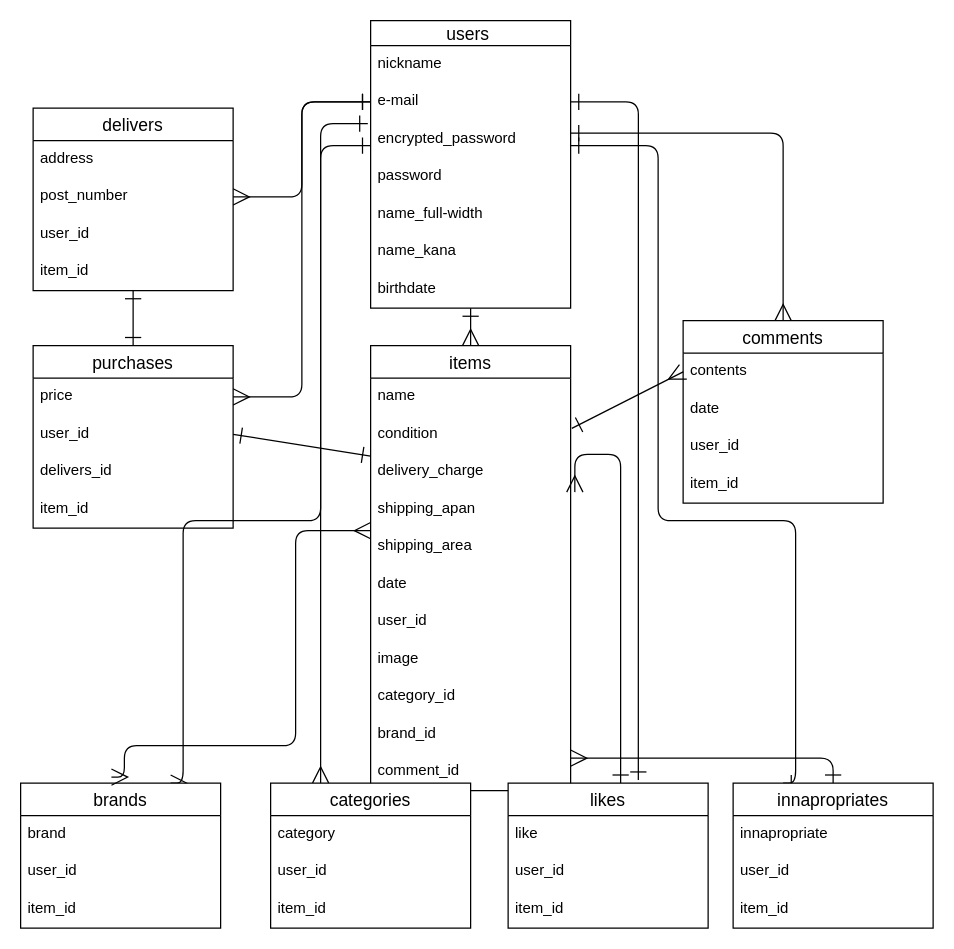
This is ER.dio from eisuke-uefuji/furima-39759, a draw.io file, before an edit. Source tidied: cells renumbered, new cells numbered last; positions are measured from the earlier drawing's top-left corner, leaving out a move shared by most shapes. Both pictures are drawn from the tidied source at 125%, with x=0, y=0 at pixel (20, 20).
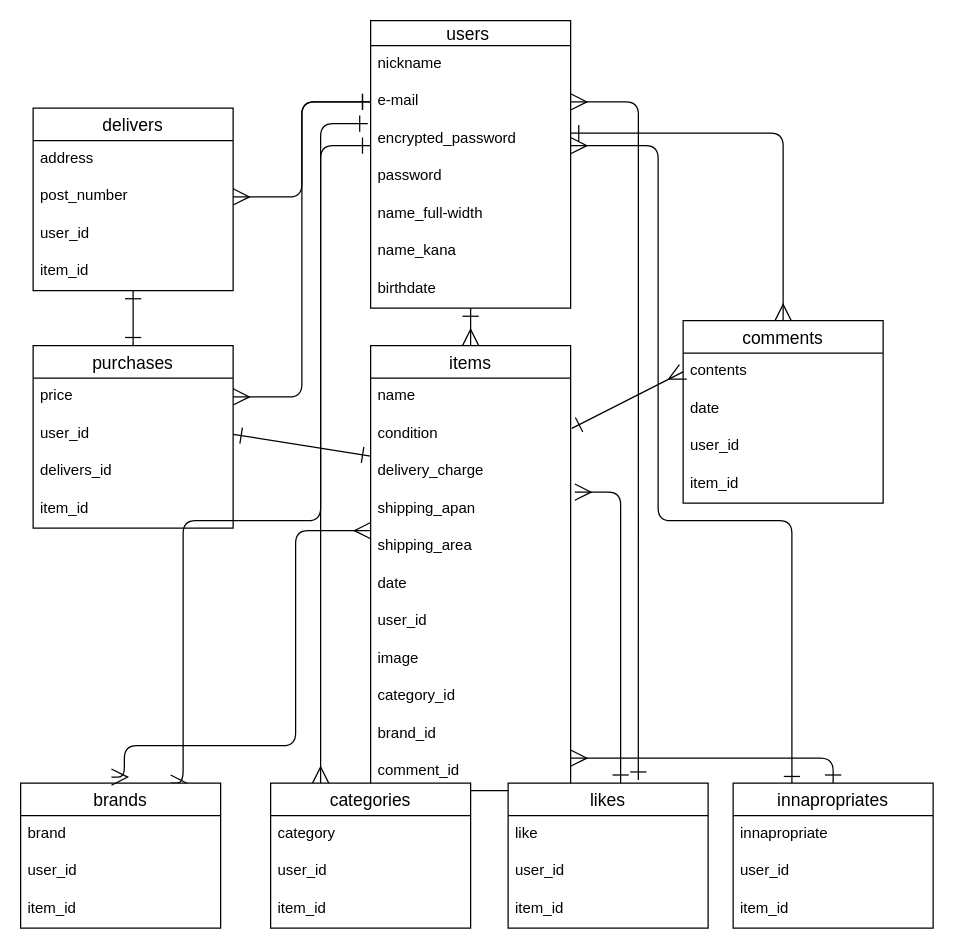
The same diagram, later.

Commit message (it also covers changes not shown here):
usersテーブルemailの修正

Unchanged cells that the change refers to:
```xml
<mxCell id="7" value="users " style="swimlane;fontStyle=0;horizontal=1;startSize=20;align=center;fontSize=14;" parent="1" vertex="1">
  <mxGeometry x="280" width="160" height="230" as="geometry" />
</mxCell>
<mxCell id="9" value="e-mail" style="text;strokeColor=none;fillColor=none;spacingLeft=4;spacingRight=4;overflow=hidden;points=[[0,0.5],[1,0.5]];portConstraint=eastwest;fontSize=12;" parent="7" vertex="1">
  <mxGeometry y="50" width="160" height="30" as="geometry" />
</mxCell>
<mxCell id="20" value="shipping_apan" style="text;strokeColor=none;fillColor=none;spacingLeft=4;spacingRight=4;overflow=hidden;points=[[0,0.5],[1,0.5]];portConstraint=eastwest;fontSize=12;" parent="16" vertex="1">
  <mxGeometry y="116" width="160" height="30" as="geometry" />
</mxCell>
<mxCell id="53" value="likes" style="swimlane;fontStyle=0;horizontal=1;startSize=26;align=center;fontSize=14;" parent="1" vertex="1">
  <mxGeometry x="390" y="610" width="160" height="116" as="geometry" />
</mxCell>
<mxCell id="57" value="innapropriates" style="swimlane;fontStyle=0;horizontal=1;startSize=26;align=center;fontSize=14;" parent="1" vertex="1">
  <mxGeometry x="570" y="610" width="160" height="116" as="geometry" />
</mxCell>
```

Diff of the diagram source:
```diff
@@
-    <mxCell id="3" style="edgeStyle=orthogonalEdgeStyle;html=1;entryX=0.651;entryY=-0.021;entryDx=0;entryDy=0;entryPerimeter=0;startArrow=ERone;startFill=0;endArrow=ERone;endFill=0;startSize=11;endSize=11;exitX=1;exitY=0.5;exitDx=0;exitDy=0;" parent="1" edge="1" source="9" target="53">
+    <mxCell id="3" style="edgeStyle=orthogonalEdgeStyle;html=1;entryX=0.651;entryY=-0.021;entryDx=0;entryDy=0;entryPerimeter=0;startArrow=ERmany;startFill=0;endArrow=ERone;endFill=0;startSize=11;endSize=11;exitX=1;exitY=0.5;exitDx=0;exitDy=0;" parent="1" edge="1" source="9" target="53">
       <mxGeometry relative="1" as="geometry" />
     </mxCell>
-    <mxCell id="4" style="edgeStyle=orthogonalEdgeStyle;html=1;entryX=0.25;entryY=0;entryDx=0;entryDy=0;startArrow=ERone;startFill=0;endArrow=ERone;endFill=0;startSize=11;endSize=11;" parent="1" edge="1" source="7" target="57">
+    <mxCell id="4" style="edgeStyle=orthogonalEdgeStyle;html=1;entryX=0.294;entryY=0.01;entryDx=0;entryDy=0;startArrow=ERmany;startFill=0;endArrow=ERone;endFill=0;startSize=11;endSize=11;entryPerimeter=0;" parent="1" edge="1" source="7" target="57">
       <mxGeometry relative="1" as="geometry">
         <Array as="points">
           <mxPoint x="510" y="100" />
           <mxPoint x="510" y="400" />
-          <mxPoint x="620" y="400" />
+          <mxPoint x="617" y="400" />
         </Array>
       </mxGeometry>
     </mxCell>
@@
     <mxCell id="52" style="edgeStyle=orthogonalEdgeStyle;html=1;entryX=1.021;entryY=0.04;entryDx=0;entryDy=0;entryPerimeter=0;startArrow=ERone;startFill=0;endArrow=ERmany;endFill=0;startSize=11;endSize=11;" parent="1" edge="1" source="53" target="20">
       <mxGeometry relative="1" as="geometry">
         <Array as="points">
-          <mxPoint x="480" y="347" />
+          <mxPoint x="480" y="377" />
         </Array>
       </mxGeometry>
     </mxCell>
```
